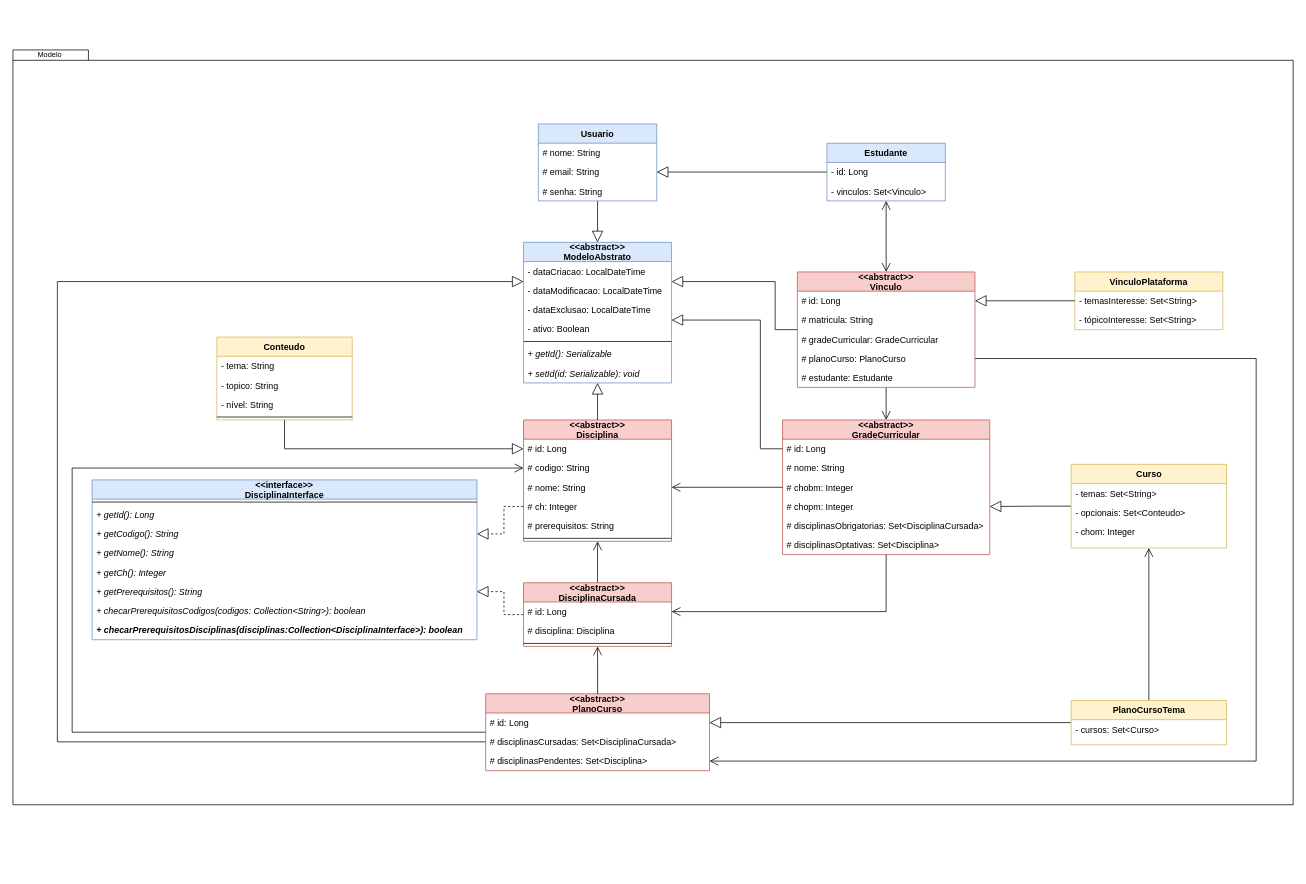
The draw.io diagram page "Modelo (app 3)" (5 of 9) of planejamento/modelagem/Temp.drawio in arturo32/PODE, before the edit. Source tidied: cells renumbered, new cells numbered last; positions are measured from the earlier drawing's top-left corner, leaving out a move shared by most shapes. Both pictures are drawn from the tidied source at 74%, with x=0, y=0 at pixel (13, 13).
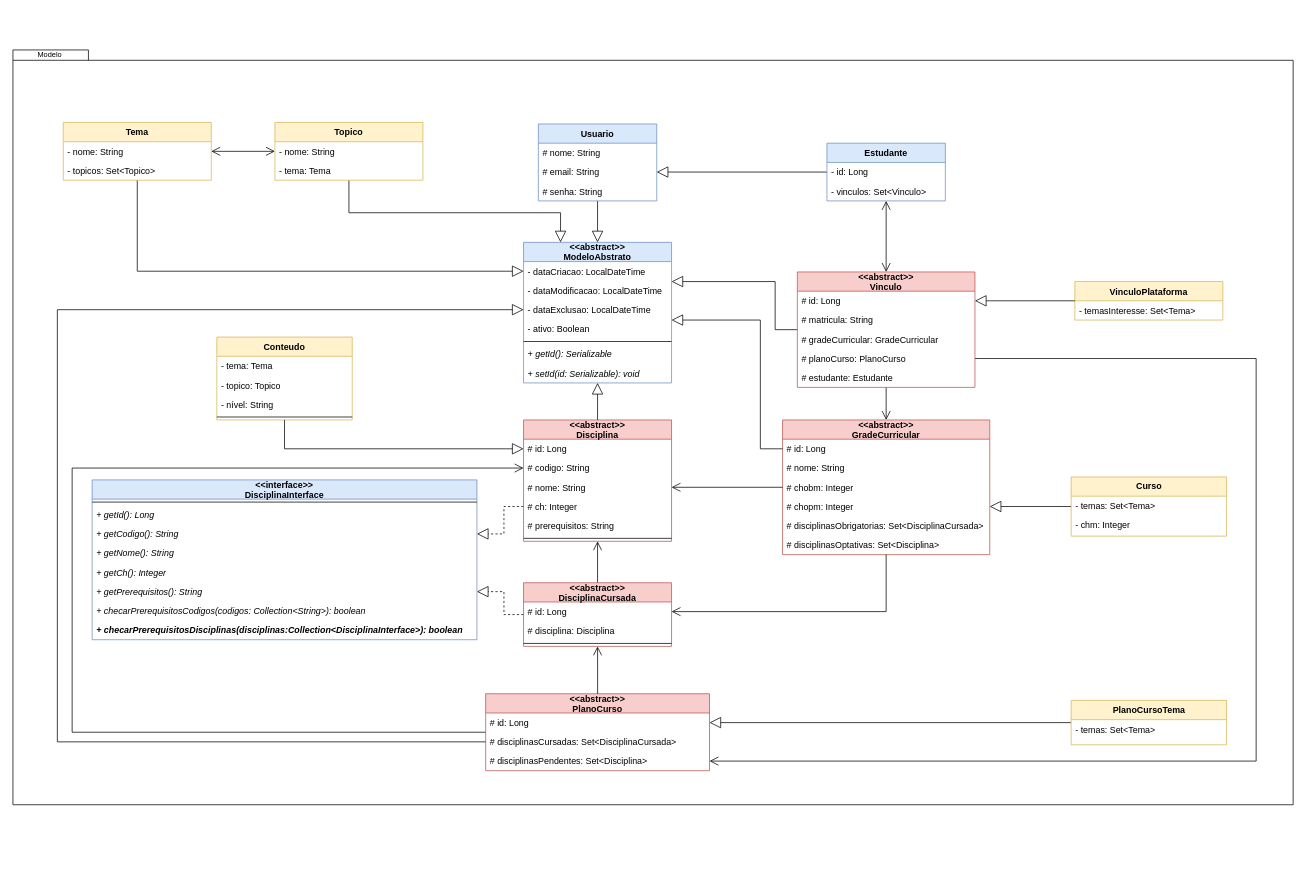
After the change.

Unchanged cells that the change refers to:
```xml
<mxCell id="3" style="group;" parent="2" vertex="1">
  <mxGeometry width="1670" height="1160" as="geometry" />
</mxCell>
<mxCell id="4" style="group;verticalAlign=middle;" parent="3" vertex="1">
  <mxGeometry x="490" width="1180" height="1120" as="geometry" />
</mxCell>
<mxCell id="6" value="&lt;&lt;abstract&gt;&gt;&#10;ModeloAbstrato" style="swimlane;fontStyle=1;align=center;verticalAlign=middle;horizontal=1;startSize=26;glass=0;fillColor=#dae8fc;strokeColor=#6c8ebf;" parent="4" vertex="1">
  <mxGeometry x="140" y="310" width="200" height="190" as="geometry" />
</mxCell>
<mxCell id="7" value="- dataCriacao: LocalDateTime" style="text;strokeColor=none;fillColor=none;align=left;verticalAlign=top;spacingLeft=4;spacingRight=4;overflow=hidden;points=[[0,0.5],[1,0.5]];portConstraint=eastwest;glass=0;" parent="6" vertex="1">
  <mxGeometry y="26" width="200" height="26" as="geometry" />
</mxCell>
<mxCell id="9" value="- dataExclusao: LocalDateTime" style="text;strokeColor=none;fillColor=none;align=left;verticalAlign=top;spacingLeft=4;spacingRight=4;overflow=hidden;points=[[0,0.5],[1,0.5]];portConstraint=eastwest;glass=0;" parent="6" vertex="1">
  <mxGeometry y="78" width="200" height="26" as="geometry" />
</mxCell>
<mxCell id="33" value="# disciplinasCursadas: Set&lt;DisciplinaCursada&gt;" style="text;strokeColor=none;fillColor=none;align=left;verticalAlign=top;spacingLeft=4;spacingRight=4;overflow=hidden;points=[[0,0.5],[1,0.5]];portConstraint=eastwest;rounded=0;shadow=0;glass=0;sketch=0;fontStyle=0;" parent="31" vertex="1">
  <mxGeometry y="52" width="302.5" height="26" as="geometry" />
</mxCell>
<mxCell id="55" value="&lt;div&gt;&lt;span style=&quot;font-size: 12px&quot;&gt;PlanoCursoTema&lt;/span&gt;&lt;br&gt;&lt;/div&gt;" style="swimlane;html=1;fontStyle=1;horizontal=1;startSize=26;fillColor=#fff2cc;swimlaneFillColor=#ffffff;rounded=0;shadow=0;comic=0;labelBackgroundColor=none;strokeWidth=1;fontFamily=Helvetica;fontSize=10;align=center;strokeColor=#d6b656;" parent="4" vertex="1">
  <mxGeometry x="880" y="929" width="210" height="60" as="geometry" />
</mxCell>
<mxCell id="57" value="Conteudo" style="swimlane;fontStyle=1;align=center;verticalAlign=middle;horizontal=1;startSize=26;glass=0;fillColor=#fff2cc;strokeColor=#d6b656;" parent="4" vertex="1">
  <mxGeometry x="-274.5" y="438" width="183" height="112" as="geometry" />
</mxCell>
```

What changed in the source:
```diff
@@
     <mxCell id="45" value="VinculoPlataforma" style="swimlane;fontStyle=1;align=center;verticalAlign=middle;horizontal=1;startSize=26;rounded=0;shadow=0;glass=0;sketch=0;fontFamily=Helvetica;fillColor=#fff2cc;strokeColor=#d6b656;" parent="4" vertex="1">
-      <mxGeometry x="885" y="350" width="200" height="78" as="geometry" />
+      <mxGeometry x="885" y="363" width="200" height="52" as="geometry" />
     </mxCell>
-    <mxCell id="46" value="- temasInteresse: Set&lt;String&gt;" style="text;strokeColor=none;fillColor=none;align=left;verticalAlign=top;spacingLeft=4;spacingRight=4;overflow=hidden;rounded=0;shadow=0;glass=0;sketch=0;" parent="45" vertex="1">
+    <mxCell id="46" value="- temasInteresse: Set&lt;Tema&gt;" style="text;strokeColor=none;fillColor=none;align=left;verticalAlign=top;spacingLeft=4;spacingRight=4;overflow=hidden;rounded=0;shadow=0;glass=0;sketch=0;" parent="45" vertex="1">
       <mxGeometry y="26" width="200" height="26" as="geometry" />
     </mxCell>
-    <mxCell id="47" value="- tópicoInteresse: Set&lt;String&gt;" style="text;strokeColor=none;fillColor=none;align=left;verticalAlign=top;spacingLeft=4;spacingRight=4;overflow=hidden;rounded=0;shadow=0;glass=0;sketch=0;" parent="45" vertex="1">
-      <mxGeometry y="52" width="200" height="26" as="geometry" />
-    </mxCell>
@@
     <mxCell id="49" value="Curso" style="swimlane;html=1;fontStyle=1;horizontal=1;startSize=26;fillColor=#fff2cc;swimlaneFillColor=#ffffff;rounded=0;shadow=0;comic=0;labelBackgroundColor=none;strokeWidth=1;fontFamily=Helvetica;fontSize=12;align=center;strokeColor=#d6b656;" parent="4" vertex="1">
-      <mxGeometry x="880" y="610" width="210" height="113" as="geometry" />
+      <mxGeometry x="880" y="627" width="210" height="80" as="geometry" />
     </mxCell>
-    <mxCell id="50" value="- temas: Set&amp;lt;String&amp;gt;" style="text;html=1;strokeColor=none;fillColor=none;align=left;verticalAlign=top;spacingLeft=4;spacingRight=4;whiteSpace=wrap;overflow=hidden;fontStyle=0;" parent="49" vertex="1">
+    <mxCell id="50" value="- temas: Set&amp;lt;Tema&amp;gt;" style="text;html=1;strokeColor=none;fillColor=none;align=left;verticalAlign=top;spacingLeft=4;spacingRight=4;whiteSpace=wrap;overflow=hidden;fontStyle=0;" parent="49" vertex="1">
       <mxGeometry y="26" width="210" height="26" as="geometry" />
     </mxCell>
-    <mxCell id="51" value="- opcionais: Set&amp;lt;Conteudo&amp;gt;" style="text;html=1;strokeColor=none;fillColor=none;align=left;verticalAlign=top;spacingLeft=4;spacingRight=4;whiteSpace=wrap;overflow=hidden;fontStyle=0;" parent="49" vertex="1">
-      <mxGeometry y="52" width="210" height="26" as="geometry" />
-    </mxCell>
-    <mxCell id="52" value="- chom: Integer" style="text;html=1;strokeColor=none;fillColor=none;align=left;verticalAlign=top;spacingLeft=4;spacingRight=4;whiteSpace=wrap;overflow=hidden;fontStyle=0;" parent="49" vertex="1">
-      <mxGeometry y="78" width="210" height="26" as="geometry" />
+    <mxCell id="52" value="- chm: Integer" style="text;html=1;strokeColor=none;fillColor=none;align=left;verticalAlign=top;spacingLeft=4;spacingRight=4;whiteSpace=wrap;overflow=hidden;fontStyle=0;" parent="49" vertex="1">
+      <mxGeometry y="52" width="210" height="26" as="geometry" />
     </mxCell>
-    <mxCell id="53" style="edgeStyle=orthogonalEdgeStyle;rounded=0;jettySize=auto;html=1;entryX=0.5;entryY=1;entryDx=0;entryDy=0;endArrow=open;endFill=0;startSize=10;endSize=10;strokeWidth=1;" parent="4" edge="1" source="55" target="49">
-      <mxGeometry relative="1" as="geometry" />
-    </mxCell>
@@
-    <mxCell id="56" value="- cursos: Set&amp;lt;Curso&amp;gt;" style="text;html=1;strokeColor=none;fillColor=none;align=left;verticalAlign=top;spacingLeft=4;spacingRight=4;whiteSpace=wrap;overflow=hidden;fontFamily=Helvetica;fontStyle=0;" parent="55" vertex="1">
+    <mxCell id="56" value="- temas: Set&amp;lt;Tema&amp;gt;" style="text;html=1;strokeColor=none;fillColor=none;align=left;verticalAlign=top;spacingLeft=4;spacingRight=4;whiteSpace=wrap;overflow=hidden;fontFamily=Helvetica;fontStyle=0;" parent="55" vertex="1">
       <mxGeometry y="26" width="210" height="26" as="geometry" />
     </mxCell>
@@
-    <mxCell id="58" value="- tema: String" style="text;strokeColor=none;fillColor=none;align=left;verticalAlign=top;spacingLeft=4;spacingRight=4;overflow=hidden;glass=0;" parent="57" vertex="1">
+    <mxCell id="58" value="- tema: Tema" style="text;strokeColor=none;fillColor=none;align=left;verticalAlign=top;spacingLeft=4;spacingRight=4;overflow=hidden;glass=0;" parent="57" vertex="1">
       <mxGeometry y="26" width="183" height="26" as="geometry" />
     </mxCell>
-    <mxCell id="59" value="- topico: String" style="text;strokeColor=none;fillColor=none;align=left;verticalAlign=top;spacingLeft=4;spacingRight=4;overflow=hidden;glass=0;" parent="57" vertex="1">
+    <mxCell id="59" value="- topico: Topico" style="text;strokeColor=none;fillColor=none;align=left;verticalAlign=top;spacingLeft=4;spacingRight=4;overflow=hidden;glass=0;" parent="57" vertex="1">
       <mxGeometry y="52" width="183" height="26" as="geometry" />
     </mxCell>
@@
+    <mxCell id="94" style="edgeStyle=orthogonalEdgeStyle;rounded=0;jettySize=auto;html=1;entryX=0.25;entryY=0;entryDx=0;entryDy=0;startArrow=none;startFill=0;endArrow=block;endFill=0;startSize=13;endSize=13;" parent="4" edge="1" source="95" target="6">
+      <mxGeometry relative="1" as="geometry">
+        <Array as="points">
+          <mxPoint x="-96" y="270" />
+          <mxPoint x="190" y="270" />
+        </Array>
+      </mxGeometry>
+    </mxCell>
+    <mxCell id="95" value="Topico" style="swimlane;fontStyle=1;align=center;verticalAlign=middle;horizontal=1;startSize=26;rounded=0;shadow=0;glass=0;sketch=0;fontFamily=Helvetica;fillColor=#fff2cc;strokeColor=#d6b656;" parent="4" vertex="1">
+      <mxGeometry x="-196" y="148" width="200" height="78" as="geometry" />
+    </mxCell>
+    <mxCell id="96" value="- nome: String" style="text;strokeColor=none;fillColor=none;align=left;verticalAlign=top;spacingLeft=4;spacingRight=4;overflow=hidden;points=[[0,0.5],[1,0.5]];portConstraint=eastwest;rounded=0;shadow=0;glass=0;sketch=0;" parent="95" vertex="1">
+      <mxGeometry y="26" width="200" height="26" as="geometry" />
+    </mxCell>
+    <mxCell id="97" value="- tema: Tema" style="text;strokeColor=none;fillColor=none;align=left;verticalAlign=top;spacingLeft=4;spacingRight=4;overflow=hidden;rounded=0;shadow=0;glass=0;sketch=0;" parent="95" vertex="1">
+      <mxGeometry y="52" width="200" height="26" as="geometry" />
+    </mxCell>
+    <mxCell id="84" style="edgeStyle=orthogonalEdgeStyle;rounded=0;jettySize=auto;html=1;startArrow=none;startFill=0;endArrow=block;endFill=0;startSize=10;endSize=13;strokeWidth=1;entryX=0;entryY=0.5;entryDx=0;entryDy=0;exitX=0;exitY=0.5;exitDx=0;exitDy=0;fontStyle=1;" parent="4" edge="1" source="33" target="9">
+      <mxGeometry relative="1" as="geometry">
+        <Array as="points">
+          <mxPoint x="-490" y="985" />
+          <mxPoint x="-490" y="401" />
+        </Array>
+      </mxGeometry>
+    </mxCell>
@@
-    <mxCell id="84" style="edgeStyle=orthogonalEdgeStyle;rounded=0;jettySize=auto;html=1;startArrow=none;startFill=0;endArrow=block;endFill=0;startSize=10;endSize=13;strokeWidth=1;entryX=0;entryY=0.5;entryDx=0;entryDy=0;exitX=0;exitY=0.5;exitDx=0;exitDy=0;fontStyle=1;" parent="3" edge="1" source="33">
-      <mxGeometry relative="1" as="geometry">
-        <mxPoint x="630" y="363" as="targetPoint" />
-        <Array as="points">
-          <mxPoint y="985" />
-          <mxPoint y="363" />
-        </Array>
-      </mxGeometry>
-    </mxCell>
@@
+    <mxCell id="98" style="edgeStyle=orthogonalEdgeStyle;rounded=0;jettySize=auto;html=1;entryX=0;entryY=0.5;entryDx=0;entryDy=0;endArrow=open;endFill=0;startArrow=open;startFill=0;endSize=10;startSize=10;" parent="1" edge="1" source="100" target="96">
+      <mxGeometry relative="1" as="geometry" />
+    </mxCell>
+    <mxCell id="99" style="edgeStyle=orthogonalEdgeStyle;rounded=0;jettySize=auto;html=1;entryX=0;entryY=0.5;entryDx=0;entryDy=0;startArrow=none;startFill=0;endArrow=block;endFill=0;startSize=13;endSize=13;" parent="1" edge="1" source="100" target="7">
+      <mxGeometry relative="1" as="geometry">
+        <Array as="points">
+          <mxPoint x="168" y="349" />
+        </Array>
+      </mxGeometry>
+    </mxCell>
+    <mxCell id="100" value="Tema" style="swimlane;fontStyle=1;align=center;verticalAlign=middle;horizontal=1;startSize=26;rounded=0;shadow=0;glass=0;sketch=0;fontFamily=Helvetica;fillColor=#fff2cc;strokeColor=#d6b656;" parent="1" vertex="1">
+      <mxGeometry x="68" y="148" width="200" height="78" as="geometry" />
+    </mxCell>
+    <mxCell id="101" value="- nome: String" style="text;strokeColor=none;fillColor=none;align=left;verticalAlign=top;spacingLeft=4;spacingRight=4;overflow=hidden;rounded=0;shadow=0;glass=0;sketch=0;" parent="100" vertex="1">
+      <mxGeometry y="26" width="200" height="26" as="geometry" />
+    </mxCell>
+    <mxCell id="102" value="- topicos: Set&lt;Topico&gt;" style="text;strokeColor=none;fillColor=none;align=left;verticalAlign=top;spacingLeft=4;spacingRight=4;overflow=hidden;rounded=0;shadow=0;glass=0;sketch=0;" parent="100" vertex="1">
+      <mxGeometry y="52" width="200" height="26" as="geometry" />
+    </mxCell>
```
